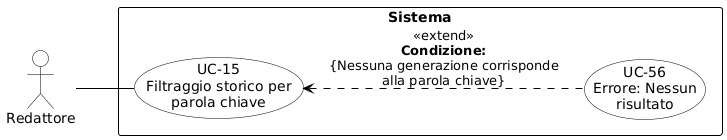
Earlier version of the PlantUML export RTB/Analisi dei Requisiti/diagrammi_use_case/UC-15.png (aLittleByte-19/Documentazione).
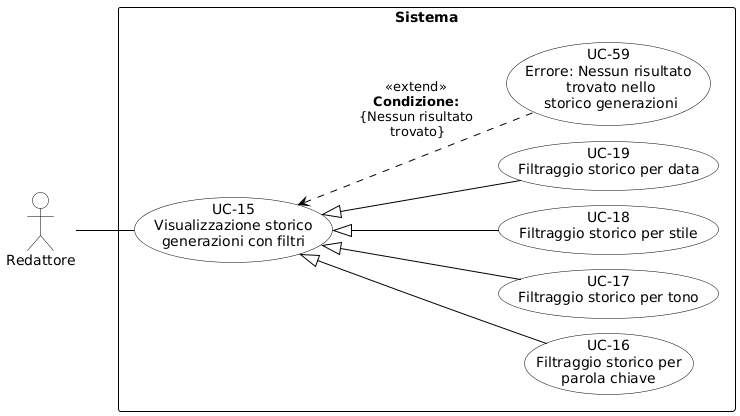
After the change.

Diff of the diagram source:
```diff
@@ -19,14 +19,26 @@
     FontStyle bold
 }
 
-actor "Redattore" as R
+actor "Redattore" as redattore
 
 rectangle "Sistema" {
-    usecase "UC-15\nFiltraggio storico per\nparola chiave" as UC15
-    usecase "UC-56\nErrore: Nessun\nrisultato" as UC56
+    usecase "UC-15\nVisualizzazione storico\ngenerazioni con filtri" as UC15
 
-    UC15 <.. UC56 : <<extend>>\n**Condizione:**\n{Nessuna generazione corrisponde\nalla parola chiave}
+    usecase "UC-16\nFiltraggio storico per\nparola chiave" as UC16
+    usecase "UC-17\nFiltraggio storico per tono" as UC17
+    usecase "UC-18\nFiltraggio storico per stile" as UC18
+    usecase "UC-19\nFiltraggio storico per data" as UC19
+
+    usecase "UC-59\nErrore: Nessun risultato\n trovato nello\n storico generazioni" as UC59
+
+
+    UC15 <|-- UC16
+    UC15 <|-- UC17
+    UC15 <|-- UC18
+    UC15 <|-- UC19
+
+    UC59 .up.> UC15 : «extend»\n<b>Condizione:</b>\n{Nessun risultato\n trovato}
 }
 
-R -- UC15
-@enduml
+redattore -- UC15
+@endl
```
